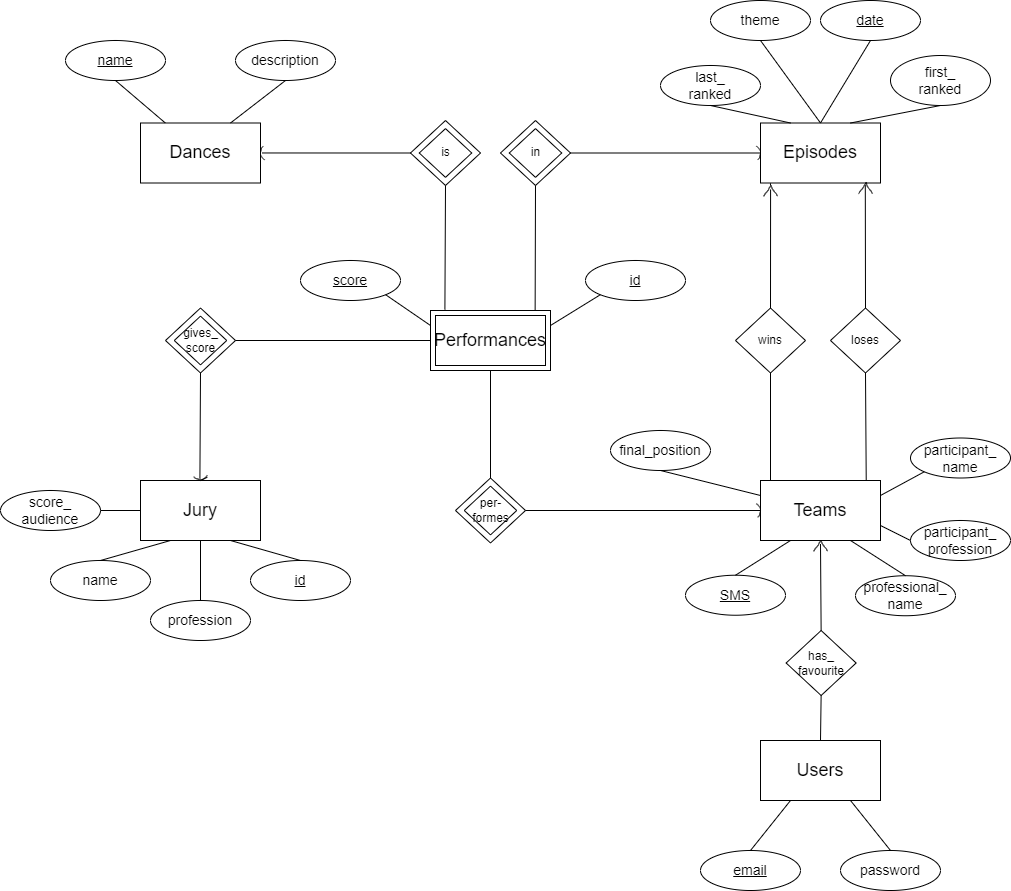
NiaPopova/DancingStars keeps this draw.io diagram as er_diagram_dancing_starts_2.png. Above is the earlier version. Source tidied: cells renumbered, new cells last; positions are measured from the earlier drawing's top-left corner, leaving out a move shared by most shapes.
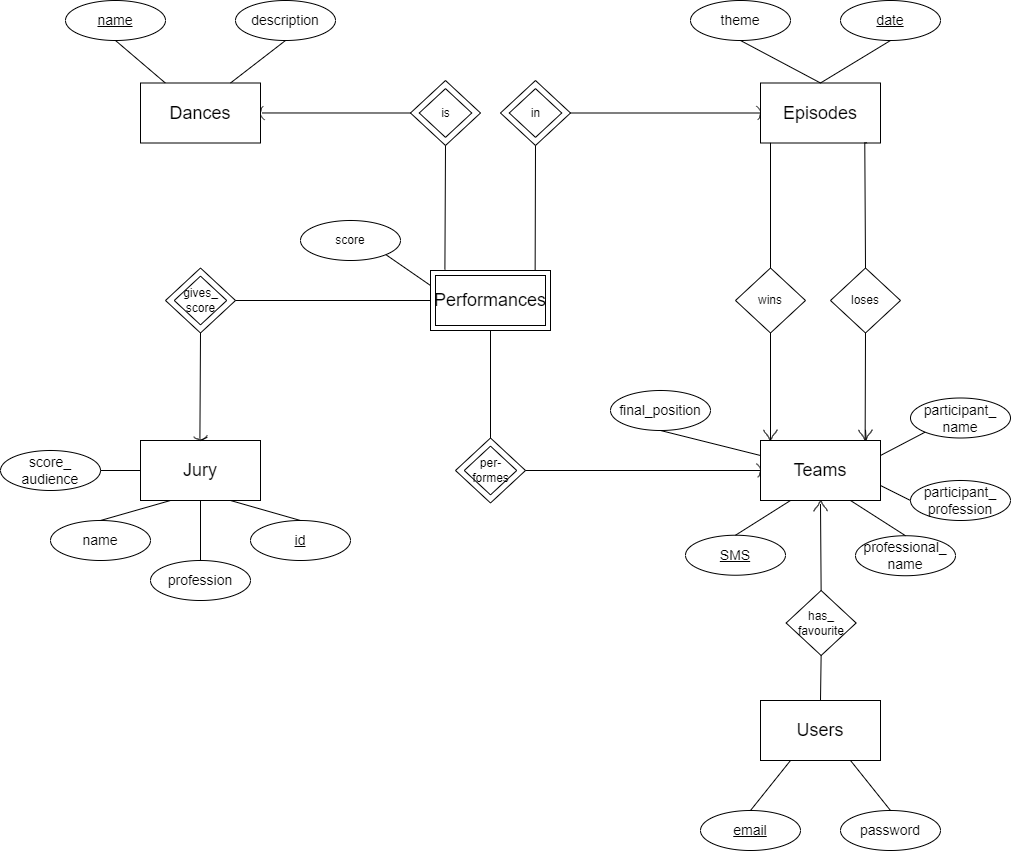
The same file after the commit.

Diff of the diagram source:
```diff
@@ -29,7 +29,7 @@
       <mxGeometry width="120" height="60" as="geometry" />
     </mxCell>
     <mxCell id="10" value="&lt;u&gt;&lt;font style=&quot;font-size: 14px;&quot;&gt;date&lt;/font&gt;&lt;/u&gt;" style="ellipse;html=1;whiteSpace=wrap;" parent="1" vertex="1">
-      <mxGeometry x="820" width="100" height="40" as="geometry" />
+      <mxGeometry x="840" y="40" width="100" height="40" as="geometry" />
     </mxCell>
     <mxCell id="11" style="endArrow=none;html=1;rounded=0;entryX=0.5;entryY=0;entryDx=0;entryDy=0;exitX=0.5;exitY=1;exitDx=0;exitDy=0;" parent="1" edge="1" source="10" target="9">
       <mxGeometry relative="1" as="geometry" />
@@ -44,14 +44,8 @@
       <mxGeometry relative="1" as="geometry" />
     </mxCell>
     <mxCell id="15" value="&lt;font style=&quot;font-size: 14px;&quot;&gt;theme&lt;/font&gt;" style="ellipse;html=1;whiteSpace=wrap;" parent="1" vertex="1">
-      <mxGeometry x="710" width="100" height="40" as="geometry" />
+      <mxGeometry x="690" y="40" width="100" height="40" as="geometry" />
     </mxCell>
-    <mxCell id="16" value="&lt;font style=&quot;font-size: 14px;&quot;&gt;last_&lt;/font&gt;&lt;div&gt;&lt;font style=&quot;font-size: 14px;&quot;&gt;ranked&lt;/font&gt;&lt;/div&gt;" style="ellipse;html=1;whiteSpace=wrap;" parent="1" vertex="1">
-      <mxGeometry x="660" y="65" width="100" height="40" as="geometry" />
-    </mxCell>
-    <mxCell id="17" value="&lt;font style=&quot;font-size: 14px;&quot;&gt;first_&lt;/font&gt;&lt;div&gt;&lt;font style=&quot;font-size: 14px;&quot;&gt;ranked&lt;/font&gt;&lt;/div&gt;" style="ellipse;html=1;whiteSpace=wrap;" parent="1" vertex="1">
-      <mxGeometry x="890" y="55" width="100" height="50" as="geometry" />
-    </mxCell>
     <mxCell id="18" style="group;" parent="1" vertex="1">
       <mxGeometry x="430" y="310" width="120" height="60" as="geometry" />
     </mxCell>
@@ -61,7 +55,7 @@
     <mxCell id="20" value="&lt;font style=&quot;font-size: 18px;&quot;&gt;Performances&lt;/font&gt;" style="rounded=0;whiteSpace=wrap;html=1;" parent="18" vertex="1">
       <mxGeometry x="5" y="5" width="110" height="50" as="geometry" />
     </mxCell>
-    <mxCell id="21" value="&lt;u&gt;&lt;font style=&quot;font-size: 14px;&quot;&gt;score&lt;/font&gt;&lt;/u&gt;" style="ellipse;html=1;whiteSpace=wrap;" parent="1" vertex="1">
+    <mxCell id="21" value="score" style="ellipse;html=1;whiteSpace=wrap;fontStyle=0;" parent="1" vertex="1">
       <mxGeometry x="300" y="260" width="100" height="40" as="geometry" />
     </mxCell>
     <mxCell id="22" style="endArrow=none;html=1;rounded=0;exitX=1;exitY=1;exitDx=0;exitDy=0;entryX=0;entryY=0.25;entryDx=0;entryDy=0;" parent="1" edge="1" source="21" target="19">
@@ -157,10 +151,15 @@
     <mxCell id="52" value="loses" style="rhombus;whiteSpace=wrap;html=1;" parent="1" vertex="1">
       <mxGeometry x="830" y="307.5" width="70" height="65" as="geometry" />
     </mxCell>
-    <mxCell id="53" style="endArrow=none;html=1;rounded=0;fontSize=12;startSize=8;endSize=8;curved=1;exitX=0.5;exitY=0;exitDx=0;exitDy=0;entryX=0.083;entryY=1.004;entryDx=0;entryDy=0;entryPerimeter=0;" parent="1" edge="1" source="82" target="9">
-      <mxGeometry relative="1" as="geometry" />
+    <mxCell id="53" style="endArrow=none;html=1;rounded=0;fontSize=12;startSize=8;endSize=8;curved=1;entryX=0.083;entryY=1.004;entryDx=0;entryDy=0;entryPerimeter=0;" parent="1" edge="1" target="9">
+      <mxGeometry relative="1" as="geometry">
+        <mxPoint x="770" y="200" as="sourcePoint" />
+        <Array as="points">
+          <mxPoint x="770" y="180" />
+        </Array>
+      </mxGeometry>
     </mxCell>
-    <mxCell id="54" style="endArrow=none;html=1;rounded=0;fontSize=12;startSize=8;endSize=8;curved=1;entryX=0.5;entryY=0;entryDx=0;entryDy=0;exitX=0.486;exitY=0.186;exitDx=0;exitDy=0;exitPerimeter=0;" parent="1" edge="1" source="84" target="52">
+    <mxCell id="54" style="endArrow=none;html=1;rounded=0;fontSize=12;startSize=8;endSize=8;curved=1;entryX=0.5;entryY=0;entryDx=0;entryDy=0;exitX=0.869;exitY=0.99;exitDx=0;exitDy=0;exitPerimeter=0;" parent="1" edge="1" source="9" target="52">
       <mxGeometry relative="1" as="geometry" />
     </mxCell>
     <mxCell id="55" style="endArrow=none;html=1;rounded=0;fontSize=12;startSize=8;endSize=8;curved=1;entryX=0.5;entryY=1;entryDx=0;entryDy=0;" parent="1" edge="1" target="51">
@@ -168,7 +167,7 @@
         <mxPoint x="770" y="480" as="sourcePoint" />
       </mxGeometry>
     </mxCell>
-    <mxCell id="56" style="endArrow=none;html=1;rounded=0;fontSize=12;startSize=8;endSize=8;curved=1;entryX=0.5;entryY=1;entryDx=0;entryDy=0;exitX=0.881;exitY=-0.008;exitDx=0;exitDy=0;exitPerimeter=0;" parent="1" edge="1" source="30" target="52">
+    <mxCell id="56" style="endArrow=none;html=1;rounded=0;fontSize=12;startSize=8;endSize=8;curved=1;entryX=0.5;entryY=1;entryDx=0;entryDy=0;exitX=0.872;exitY=-0.016;exitDx=0;exitDy=0;exitPerimeter=0;" parent="1" edge="1" source="30" target="52">
       <mxGeometry relative="1" as="geometry" />
     </mxCell>
     <mxCell id="57" style="group;" parent="1" vertex="1">
@@ -231,30 +230,22 @@
     <mxCell id="76" style="endArrow=none;html=1;rounded=0;fontSize=12;startSize=8;endSize=8;curved=1;entryX=0.5;entryY=1;entryDx=0;entryDy=0;exitX=0.872;exitY=-0.014;exitDx=0;exitDy=0;exitPerimeter=0;" parent="1" edge="1" source="19" target="73">
       <mxGeometry relative="1" as="geometry" />
     </mxCell>
-    <mxCell id="77" style="endArrow=none;html=1;rounded=0;fontSize=12;startSize=8;endSize=8;curved=1;entryX=0.25;entryY=0;entryDx=0;entryDy=0;exitX=0.5;exitY=1;exitDx=0;exitDy=0;" parent="1" edge="1" source="16" target="9">
-      <mxGeometry relative="1" as="geometry" />
-    </mxCell>
-    <mxCell id="78" style="endArrow=none;html=1;rounded=0;fontSize=12;startSize=8;endSize=8;curved=1;entryX=0.5;entryY=1;entryDx=0;entryDy=0;exitX=0.75;exitY=0;exitDx=0;exitDy=0;" parent="1" edge="1" source="9" target="17">
-      <mxGeometry relative="1" as="geometry" />
-    </mxCell>
     <mxCell id="79" style="endArrow=none;html=1;rounded=0;fontSize=12;startSize=8;endSize=8;curved=1;exitX=0.5;exitY=0;exitDx=0;exitDy=0;entryX=0.5;entryY=0.33;entryDx=0;entryDy=0;entryPerimeter=0;" parent="1" edge="1" source="47" target="80">
       <mxGeometry relative="1" as="geometry" />
     </mxCell>
     <mxCell id="80" style="shape=(stored shape, 680 characters);fillColor=none;strokeColor=default;" parent="1" vertex="1">
       <mxGeometry x="813" y="540" width="13.9" height="10.7" as="geometry" />
     </mxCell>
-    <mxCell id="81" style="endArrow=none;html=1;rounded=0;fontSize=12;startSize=8;endSize=8;curved=1;exitX=0.5;exitY=0;exitDx=0;exitDy=0;entryX=0.506;entryY=0.371;entryDx=0;entryDy=0;entryPerimeter=0;" parent="1" edge="1" source="51" target="82">
-      <mxGeometry relative="1" as="geometry" />
+    <mxCell id="81" style="endArrow=none;html=1;rounded=0;fontSize=12;startSize=8;endSize=8;curved=1;exitX=0.5;exitY=0;exitDx=0;exitDy=0;" parent="1" edge="1" source="51">
+      <mxGeometry relative="1" as="geometry">
+        <mxPoint x="770" y="190" as="targetPoint" />
+      </mxGeometry>
     </mxCell>
-    <mxCell id="82" style="shape=(stored shape, 680 characters);fillColor=none;strokeColor=default;" parent="1" vertex="1">
-      <mxGeometry x="763" y="185" width="13.9" height="10.7" as="geometry" />
-    </mxCell>
-    <mxCell id="83" style="endArrow=none;html=1;rounded=0;fontSize=12;startSize=8;endSize=8;curved=1;entryX=0.5;entryY=0;entryDx=0;entryDy=0;exitX=0.888;exitY=0.995;exitDx=0;exitDy=0;exitPerimeter=0;" parent="1" edge="1" source="9" target="84">
-      <mxGeometry relative="1" as="geometry" />
+    <mxCell id="83" style="endArrow=none;html=1;rounded=0;fontSize=12;startSize=8;endSize=8;curved=1;entryX=0.5;entryY=0;entryDx=0;entryDy=0;exitX=0.888;exitY=0.995;exitDx=0;exitDy=0;exitPerimeter=0;" parent="1" edge="1" source="9">
+      <mxGeometry relative="1" as="geometry">
+        <mxPoint x="865" y="182.5" as="targetPoint" />
+      </mxGeometry>
     </mxCell>
-    <mxCell id="84" style="shape=(stored shape, 680 characters);fillColor=none;strokeColor=default;" parent="1" vertex="1">
-      <mxGeometry x="858" y="182.5" width="13.9" height="10.7" as="geometry" />
-    </mxCell>
     <mxCell id="85" style="shape=(stored shape, 1244 characters);fillColor=none;strokeColor=default;rotation=-180;" parent="1" vertex="1">
       <mxGeometry x="755.5" y="145.7" width="4.5" height="13.5" as="geometry" />
     </mxCell>
@@ -276,11 +267,14 @@
     <mxCell id="91" style="shape=(stored shape, 1244 characters);fillColor=none;strokeColor=default;rotation=-180;" parent="1" vertex="1">
       <mxGeometry x="755.5" y="503.2" width="4.5" height="13.5" as="geometry" />
     </mxCell>
-    <mxCell id="92" value="&lt;u&gt;&lt;font style=&quot;font-size: 14px;&quot;&gt;id&lt;/font&gt;&lt;/u&gt;" style="ellipse;html=1;whiteSpace=wrap;" parent="1" vertex="1">
-      <mxGeometry x="585" y="260" width="100" height="40" as="geometry" />
-    </mxCell>
-    <mxCell id="93" style="endArrow=none;html=1;rounded=0;entryX=1;entryY=0.25;entryDx=0;entryDy=0;exitX=0;exitY=1;exitDx=0;exitDy=0;" parent="1" edge="1" source="92" target="19">
-      <mxGeometry relative="1" as="geometry" />
-    </mxCell>
+    <mxCell id="94" style="shape=(stored shape, 680 characters);fillColor=none;strokeColor=default;rotation=-180;" parent="1" vertex="1">
+      <mxGeometry x="763" y="469.3" width="13.9" height="10.7" as="geometry" />
+    </mxCell>
+    <mxCell id="95" style="endArrow=none;html=1;rounded=0;fontSize=12;startSize=8;endSize=8;curved=1;entryX=0.5;entryY=1;entryDx=0;entryDy=0;exitX=0.881;exitY=-0.008;exitDx=0;exitDy=0;exitPerimeter=0;" parent="1" edge="1" source="30" target="96">
+      <mxGeometry relative="1" as="geometry" />
+    </mxCell>
+    <mxCell id="96" style="shape=(stored shape, 680 characters);fillColor=none;strokeColor=default;rotation=-180;" parent="1" vertex="1">
+      <mxGeometry x="858" y="469.3" width="13.9" height="10.7" as="geometry" />
+    </mxCell>
   </root>
 </mxGraphModel>
```
